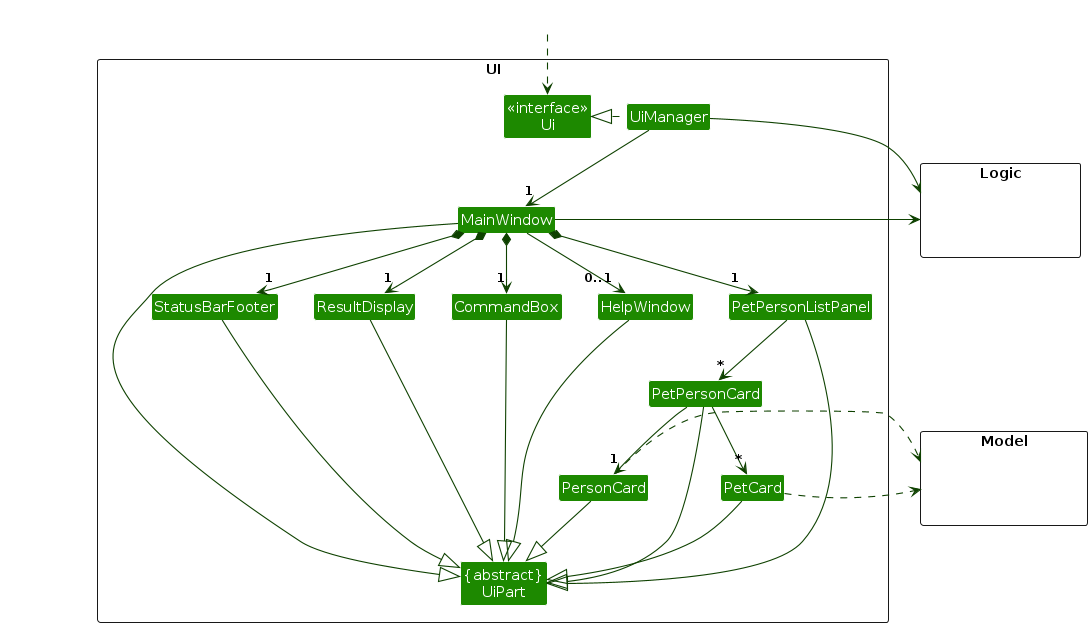
This is diagrams/UiClassDiagram.png from xiuxikwey/tp, a PlantUML export, as it was before one commit. Its source is kept beside it as diagrams/UiClassDiagram.puml. The source it was exported from:
```plantuml
@startuml
!include style.puml
skinparam arrowThickness 1.1
skinparam arrowColor UI_COLOR_T4
skinparam classBackgroundColor UI_COLOR

package UI <<Rectangle>>{
Class "<<interface>>\nUi" as Ui
Class "{abstract}\nUiPart" as UiPart
Class UiManager
Class MainWindow
Class HelpWindow
Class ResultDisplay
Class PetPersonListPanel
Class PetPersonCard
Class PetCard
Class PersonCard
Class StatusBarFooter
Class CommandBox
}

package Model <<Rectangle>> {
Class HiddenModel #FFFFFF
}

package Logic <<Rectangle>> {
Class HiddenLogic #FFFFFF
}

Class HiddenOutside #FFFFFF
HiddenOutside ..> Ui

UiManager .left.|> Ui
UiManager -down-> "1" MainWindow
MainWindow *-down-> "1" CommandBox
MainWindow *-down-> "1" ResultDisplay
MainWindow *-down-> "1" PetPersonListPanel
MainWindow *-down-> "1" StatusBarFooter
MainWindow --> "0..1" HelpWindow

PetPersonListPanel -down-> "*" PetPersonCard

PetPersonCard -down-> "*" PetCard
PetPersonCard -down-> "1" PersonCard

MainWindow -left-|> UiPart

ResultDisplay --|> UiPart
CommandBox --|> UiPart
PetPersonListPanel --|> UiPart
PetPersonCard --|> UiPart
PetCard --|> UiPart
PersonCard --|> UiPart
StatusBarFooter --|> UiPart
HelpWindow --|> UiPart

PetCard .> Model
PersonCard .> Model
UiManager -right-> Logic
MainWindow -left-> Logic

PetPersonListPanel -[hidden]left- HelpWindow
HelpWindow -[hidden]left- CommandBox
CommandBox -[hidden]left- ResultDisplay
ResultDisplay -[hidden]left- StatusBarFooter

MainWindow -[hidden]-|> UiPart
@enduml
```
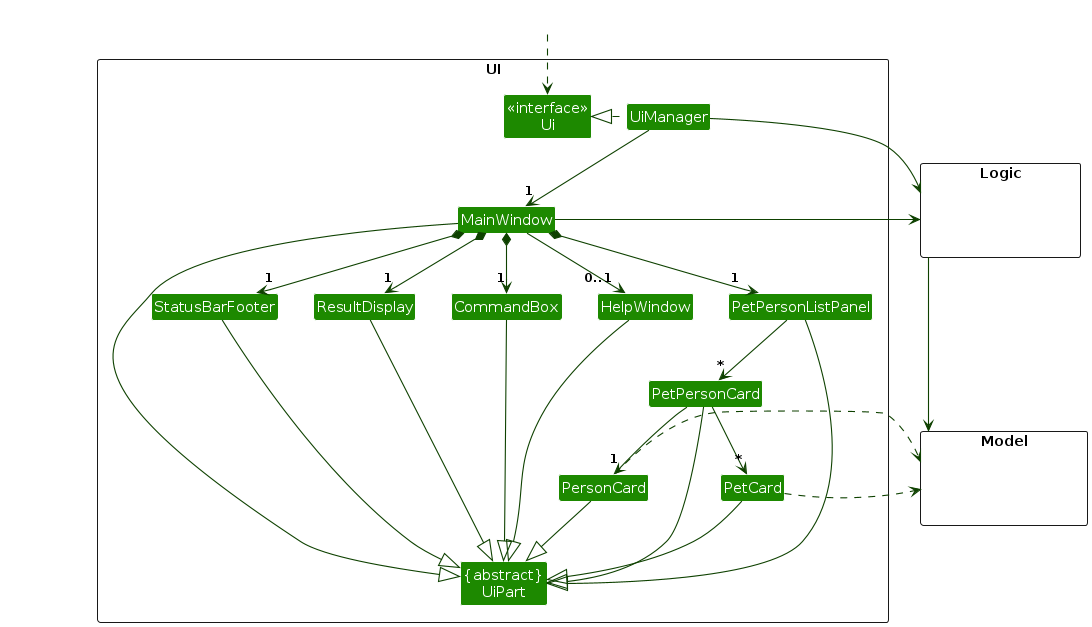
The same diagram one commit later.

The edit, as a diff of the source:
```diff
@@ -58,6 +58,7 @@
 PersonCard .> Model
 UiManager -right-> Logic
 MainWindow -left-> Logic
+Logic -down> Model
 
 PetPersonListPanel -[hidden]left- HelpWindow
 HelpWindow -[hidden]left- CommandBox
```
